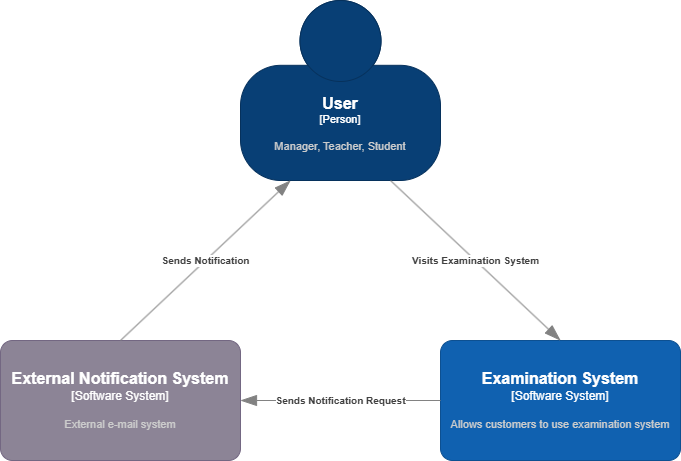
Earlier version of the draw.io export C4 Model/L1 Diagram.png (Metalystn/Exam-repository). Source tidied: cells renumbered, new cells last; positions are measured from the earlier drawing's top-left corner, leaving out a move shared by most shapes. The source it was exported from:
```xml
<mxGraphModel background="#FFFFFF">
  <root>
    <mxCell id="0" />
    <mxCell id="1" parent="0" />
    <object id="2" label="&lt;font style=&quot;font-size: 16px&quot;&gt;&lt;b&gt;%c4Name%&lt;/b&gt;&lt;/font&gt;&lt;div&gt;[%c4Type%]&lt;/div&gt;&lt;br&gt;&lt;div&gt;&lt;font style=&quot;font-size: 11px&quot;&gt;&lt;font color=&quot;#cccccc&quot;&gt;%c4Description%&lt;/font&gt;&lt;/div&gt;" c4Description="Manager, Teacher, Student" c4Name="User" c4Type="Person" placeholders="1">
      <mxCell style="html=1;fontSize=11;dashed=0;whiteSpace=wrap;fillColor=#083F75;strokeColor=#06315C;fontColor=#ffffff;shape=mxgraph.c4.person2;align=center;points=[[0.5,0,0],[1,0.5,0],[1,0.75,0],[0.75,1,0],[0.5,1,0],[0.25,1,0],[0,0.75,0],[0,0.5,0]];" parent="1" vertex="1">
        <mxGeometry x="240" width="200" height="180" as="geometry" />
      </mxCell>
    </object>
    <object id="3" label="&lt;font style=&quot;font-size: 16px&quot;&gt;&lt;b&gt;%c4Name%&lt;/b&gt;&lt;/font&gt;&lt;div&gt;[%c4Type%]&lt;/div&gt;&lt;br&gt;&lt;div&gt;&lt;font style=&quot;font-size: 11px&quot;&gt;&lt;font color=&quot;#cccccc&quot;&gt;%c4Description%&lt;/font&gt;&lt;/div&gt;" c4Description="Allows customers to use examination system" c4Name="Examination System" c4Type="Software System" placeholders="1">
      <mxCell style="rounded=1;whiteSpace=wrap;html=1;labelBackgroundColor=none;fillColor=#1061B0;fontColor=#ffffff;align=center;arcSize=10;strokeColor=#0D5091;points=[[0.25,0,0],[0.5,0,0],[0.75,0,0],[1,0.25,0],[1,0.5,0],[1,0.75,0],[0.75,1,0],[0.5,1,0],[0.25,1,0],[0,0.75,0],[0,0.5,0],[0,0.25,0]];" parent="1" vertex="1">
        <mxGeometry x="440" y="340" width="240" height="120" as="geometry" />
      </mxCell>
    </object>
    <object id="4" label="&lt;font style=&quot;font-size: 16px&quot;&gt;&lt;b&gt;%c4Name%&lt;/b&gt;&lt;/font&gt;&lt;div&gt;[%c4Type%]&lt;/div&gt;&lt;br&gt;&lt;div&gt;&lt;font style=&quot;font-size: 11px&quot;&gt;&lt;font color=&quot;#cccccc&quot;&gt;%c4Description%&lt;/font&gt;&lt;/div&gt;" c4Description="External e-mail system" c4Name="External Notification System" c4Type="Software System" placeholders="1">
      <mxCell style="rounded=1;whiteSpace=wrap;html=1;labelBackgroundColor=none;fillColor=#8C8496;fontColor=#ffffff;align=center;arcSize=10;strokeColor=#736782;points=[[0.25,0,0],[0.5,0,0],[0.75,0,0],[1,0.25,0],[1,0.5,0],[1,0.75,0],[0.75,1,0],[0.5,1,0],[0.25,1,0],[0,0.75,0],[0,0.5,0],[0,0.25,0]];" parent="1" vertex="1">
        <mxGeometry y="340" width="240" height="120" as="geometry" />
      </mxCell>
    </object>
    <object id="5" label="&lt;div style=&quot;text-align: left&quot;&gt;&lt;div style=&quot;text-align: center&quot;&gt;&lt;b&gt;%c4Description%&lt;/b&gt;&lt;/div&gt;" c4Description="Visits Examination System" c4Type="Relationship" placeholders="1">
      <mxCell style="endArrow=blockThin;html=1;fontSize=10;fontColor=#404040;strokeWidth=1;endFill=1;strokeColor=#828282;elbow=vertical;endSize=14;startSize=14;jumpStyle=arc;jumpSize=16;rounded=0;exitX=0.75;exitY=1;exitDx=0;exitDy=0;exitPerimeter=0;entryX=0.5;entryY=0;entryDx=0;entryDy=0;entryPerimeter=0;" parent="1" edge="1" source="2" target="3">
        <mxGeometry relative="1" as="geometry" />
      </mxCell>
    </object>
    <object id="6" label="&lt;div style=&quot;text-align: left&quot;&gt;&lt;div style=&quot;text-align: center&quot;&gt;&lt;b&gt;%c4Description%&lt;/b&gt;&lt;/div&gt;" c4Description="Sends Notification" c4Type="Relationship" placeholders="1">
      <mxCell style="endArrow=blockThin;html=1;fontSize=10;fontColor=#404040;strokeWidth=1;endFill=1;strokeColor=#828282;elbow=vertical;endSize=14;startSize=14;jumpStyle=arc;jumpSize=16;rounded=0;exitX=0.5;exitY=0;exitDx=0;exitDy=0;exitPerimeter=0;entryX=0.25;entryY=1;entryDx=0;entryDy=0;entryPerimeter=0;" parent="1" edge="1" source="4" target="2">
        <mxGeometry relative="1" as="geometry" />
      </mxCell>
    </object>
    <object id="7" label="&lt;div style=&quot;text-align: left&quot;&gt;&lt;div style=&quot;text-align: center&quot;&gt;&lt;b&gt;%c4Description%&lt;/b&gt;&lt;/div&gt;" c4Description="Sends Notification Request" c4Type="Relationship" placeholders="1">
      <mxCell style="endArrow=blockThin;html=1;fontSize=10;fontColor=#404040;strokeWidth=1;endFill=1;strokeColor=#828282;elbow=vertical;endSize=14;startSize=14;jumpStyle=arc;jumpSize=16;rounded=0;exitX=0;exitY=0.5;exitDx=0;exitDy=0;exitPerimeter=0;entryX=1;entryY=0.5;entryDx=0;entryDy=0;entryPerimeter=0;" parent="1" edge="1" source="3" target="4">
        <mxGeometry relative="1" as="geometry" />
      </mxCell>
    </object>
  </root>
</mxGraphModel>
```
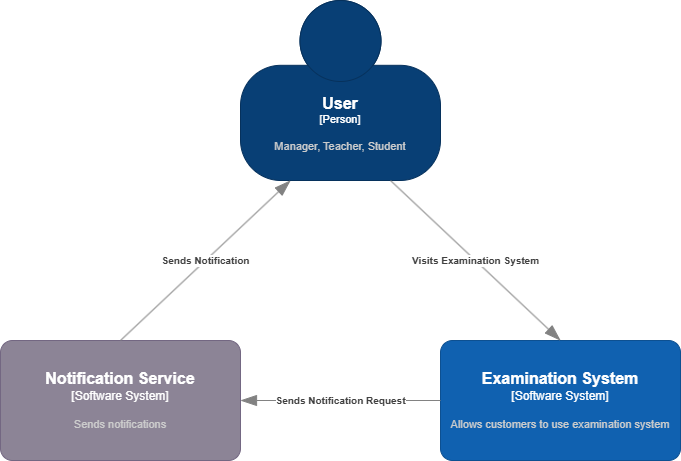
After the change.

The edit, as a diff of the source:
```diff
@@ -12,7 +12,7 @@
         <mxGeometry x="440" y="340" width="240" height="120" as="geometry" />
       </mxCell>
     </object>
-    <object id="4" label="&lt;font style=&quot;font-size: 16px&quot;&gt;&lt;b&gt;%c4Name%&lt;/b&gt;&lt;/font&gt;&lt;div&gt;[%c4Type%]&lt;/div&gt;&lt;br&gt;&lt;div&gt;&lt;font style=&quot;font-size: 11px&quot;&gt;&lt;font color=&quot;#cccccc&quot;&gt;%c4Description%&lt;/font&gt;&lt;/div&gt;" c4Description="External e-mail system" c4Name="External Notification System" c4Type="Software System" placeholders="1">
+    <object id="4" label="&lt;font style=&quot;font-size: 16px&quot;&gt;&lt;b&gt;%c4Name%&lt;/b&gt;&lt;/font&gt;&lt;div&gt;[%c4Type%]&lt;/div&gt;&lt;br&gt;&lt;div&gt;&lt;font style=&quot;font-size: 11px&quot;&gt;&lt;font color=&quot;#cccccc&quot;&gt;%c4Description%&lt;/font&gt;&lt;/div&gt;" c4Description="Sends notifications" c4Name="Notification Service" c4Type="Software System" placeholders="1">
       <mxCell style="rounded=1;whiteSpace=wrap;html=1;labelBackgroundColor=none;fillColor=#8C8496;fontColor=#ffffff;align=center;arcSize=10;strokeColor=#736782;points=[[0.25,0,0],[0.5,0,0],[0.75,0,0],[1,0.25,0],[1,0.5,0],[1,0.75,0],[0.75,1,0],[0.5,1,0],[0.25,1,0],[0,0.75,0],[0,0.5,0],[0,0.25,0]];" parent="1" vertex="1">
         <mxGeometry y="340" width="240" height="120" as="geometry" />
       </mxCell>
```
